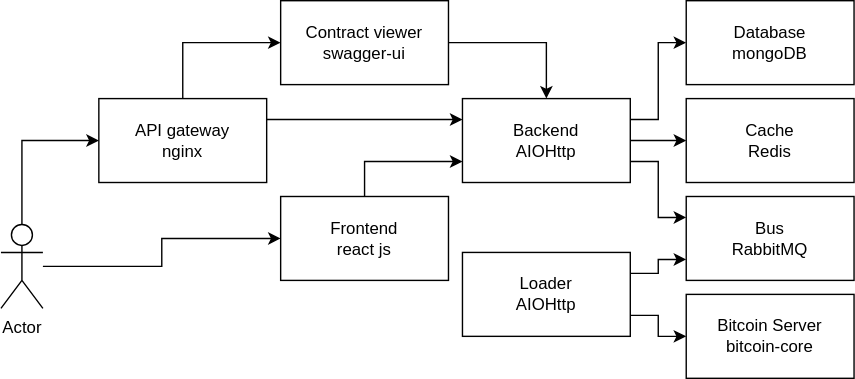
The draw.io diagram architecture.svg in mas-student/softwarearchitect-2019-11-explorer, before a commit. Source tidied: cells renumbered, new cells last; positions are measured from the earlier drawing's top-left corner, leaving out a move shared by most shapes.
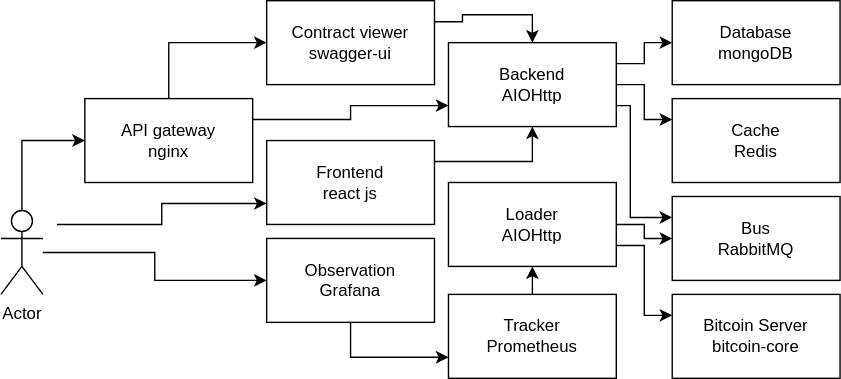
The same diagram one commit later.

Change to the diagram source:
```diff
@@ -5,13 +5,13 @@
     <mxCell id="2" style="edgeStyle=orthogonalEdgeStyle;rounded=0;jettySize=auto;html=1;exitX=0.5;exitY=0;exitDx=0;exitDy=0;entryX=0;entryY=0.5;entryDx=0;entryDy=0;" parent="1" edge="1" source="4" target="6">
       <mxGeometry relative="1" as="geometry" />
     </mxCell>
-    <mxCell id="3" style="edgeStyle=orthogonalEdgeStyle;rounded=0;jettySize=auto;html=1;exitX=1;exitY=0.25;exitDx=0;exitDy=0;entryX=0;entryY=0.25;entryDx=0;entryDy=0;" parent="1" edge="1" source="4" target="10">
+    <mxCell id="3" style="edgeStyle=orthogonalEdgeStyle;rounded=0;jettySize=auto;html=1;exitX=1;exitY=0.25;exitDx=0;exitDy=0;entryX=0;entryY=0.75;entryDx=0;entryDy=0;" parent="1" edge="1" source="4" target="10">
       <mxGeometry relative="1" as="geometry" />
     </mxCell>
     <mxCell id="4" value="&lt;div&gt;API gateway&lt;/div&gt;&lt;div&gt;nginx&lt;br&gt;&lt;/div&gt;" style="rounded=0;whiteSpace=wrap;html=1;" parent="1" vertex="1">
       <mxGeometry x="70" y="70" width="120" height="60" as="geometry" />
     </mxCell>
-    <mxCell id="5" style="edgeStyle=orthogonalEdgeStyle;rounded=0;jettySize=auto;html=1;entryX=0.5;entryY=0;entryDx=0;entryDy=0;exitX=1;exitY=0.5;exitDx=0;exitDy=0;" parent="1" edge="1" source="6" target="10">
+    <mxCell id="5" style="edgeStyle=orthogonalEdgeStyle;rounded=0;jettySize=auto;html=1;entryX=0.5;entryY=0;entryDx=0;entryDy=0;exitX=1;exitY=0.25;exitDx=0;exitDy=0;" parent="1" edge="1" source="6" target="10">
       <mxGeometry relative="1" as="geometry" />
     </mxCell>
     <mxCell id="6" value="&lt;div&gt;Contract viewer&lt;br&gt;&lt;/div&gt;&lt;div&gt;swagger-ui&lt;/div&gt;" style="rounded=0;whiteSpace=wrap;html=1;" parent="1" vertex="1">
@@ -21,22 +21,32 @@
       <mxGeometry relative="1" as="geometry" />
     </mxCell>
     <mxCell id="8" style="edgeStyle=orthogonalEdgeStyle;rounded=0;jettySize=auto;html=1;exitX=1;exitY=0.75;exitDx=0;exitDy=0;entryX=0;entryY=0.25;entryDx=0;entryDy=0;" parent="1" edge="1" source="10" target="15">
-      <mxGeometry relative="1" as="geometry" />
+      <mxGeometry relative="1" as="geometry">
+        <Array as="points">
+          <mxPoint x="460" y="75" />
+          <mxPoint x="460" y="155" />
+        </Array>
+      </mxGeometry>
     </mxCell>
-    <mxCell id="9" style="edgeStyle=orthogonalEdgeStyle;rounded=0;jettySize=auto;html=1;exitX=1;exitY=0.5;exitDx=0;exitDy=0;entryX=0;entryY=0.5;entryDx=0;entryDy=0;" parent="1" edge="1" source="10" target="22">
+    <mxCell id="9" style="edgeStyle=orthogonalEdgeStyle;rounded=0;jettySize=auto;html=1;exitX=1;exitY=0.5;exitDx=0;exitDy=0;entryX=0;entryY=0.25;entryDx=0;entryDy=0;" parent="1" edge="1" source="10" target="22">
       <mxGeometry relative="1" as="geometry" />
     </mxCell>
     <mxCell id="10" value="&lt;div&gt;Backend&lt;/div&gt;&lt;div&gt;AIOHttp&lt;br&gt;&lt;/div&gt;" style="rounded=0;whiteSpace=wrap;html=1;" parent="1" vertex="1">
-      <mxGeometry x="330" y="70" width="120" height="60" as="geometry" />
+      <mxGeometry x="330" y="30" width="120" height="60" as="geometry" />
     </mxCell>
     <mxCell id="11" style="edgeStyle=orthogonalEdgeStyle;rounded=0;jettySize=auto;html=1;exitX=0.5;exitY=0;exitDx=0;exitDy=0;exitPerimeter=0;entryX=0;entryY=0.5;entryDx=0;entryDy=0;" parent="1" edge="1" source="13" target="4">
       <mxGeometry relative="1" as="geometry" />
     </mxCell>
-    <mxCell id="12" style="edgeStyle=orthogonalEdgeStyle;rounded=0;jettySize=auto;html=1;" parent="1" edge="1" source="13" target="21">
-      <mxGeometry relative="1" as="geometry" />
+    <mxCell id="12" style="edgeStyle=orthogonalEdgeStyle;rounded=0;jettySize=auto;html=1;entryX=0;entryY=0.75;entryDx=0;entryDy=0;" parent="1" edge="1" target="21">
+      <mxGeometry relative="1" as="geometry">
+        <mxPoint x="50" y="160" as="sourcePoint" />
+      </mxGeometry>
     </mxCell>
+    <mxCell id="23" style="edgeStyle=orthogonalEdgeStyle;rounded=0;jettySize=auto;html=1;entryX=0;entryY=0.5;entryDx=0;entryDy=0;" parent="1" edge="1" source="13" target="25">
+      <mxGeometry relative="1" as="geometry" />
+    </mxCell>
     <mxCell id="13" value="Actor" style="shape=umlActor;verticalLabelPosition=bottom;labelBackgroundColor=#ffffff;verticalAlign=top;html=1;outlineConnect=0;" parent="1" vertex="1">
-      <mxGeometry y="160" width="30" height="60" as="geometry" />
+      <mxGeometry x="10" y="150" width="30" height="60" as="geometry" />
     </mxCell>
     <mxCell id="14" value="&lt;div&gt;Database&lt;/div&gt;&lt;div&gt;mongoDB&lt;br&gt;&lt;/div&gt;" style="rounded=0;whiteSpace=wrap;html=1;" parent="1" vertex="1">
       <mxGeometry x="490" width="120" height="60" as="geometry" />
@@ -44,26 +54,38 @@
     <mxCell id="15" value="&lt;div&gt;B&lt;span&gt;us&lt;/span&gt;&lt;/div&gt;&lt;div&gt;RabbitMQ&lt;/div&gt;" style="rounded=0;whiteSpace=wrap;html=1;" parent="1" vertex="1">
       <mxGeometry x="490" y="140" width="120" height="60" as="geometry" />
     </mxCell>
-    <mxCell id="16" style="edgeStyle=orthogonalEdgeStyle;rounded=0;jettySize=auto;html=1;exitX=1;exitY=0.25;exitDx=0;exitDy=0;entryX=0;entryY=0.75;entryDx=0;entryDy=0;" parent="1" edge="1" source="18" target="15">
+    <mxCell id="16" style="edgeStyle=orthogonalEdgeStyle;rounded=0;jettySize=auto;html=1;exitX=1;exitY=0.5;exitDx=0;exitDy=0;entryX=0;entryY=0.5;entryDx=0;entryDy=0;" parent="1" edge="1" source="18" target="15">
       <mxGeometry relative="1" as="geometry" />
     </mxCell>
-    <mxCell id="17" style="edgeStyle=orthogonalEdgeStyle;rounded=0;jettySize=auto;html=1;exitX=1;exitY=0.75;exitDx=0;exitDy=0;" parent="1" edge="1" source="18" target="19">
+    <mxCell id="17" style="edgeStyle=orthogonalEdgeStyle;rounded=0;jettySize=auto;html=1;exitX=1;exitY=0.75;exitDx=0;exitDy=0;entryX=0;entryY=0.25;entryDx=0;entryDy=0;" parent="1" edge="1" source="18" target="19">
       <mxGeometry relative="1" as="geometry" />
     </mxCell>
     <mxCell id="18" value="&lt;div&gt;&lt;span&gt;Loader&lt;/span&gt;&lt;/div&gt;&lt;div&gt;AIOHttp&lt;br&gt;&lt;/div&gt;" style="rounded=0;whiteSpace=wrap;html=1;" parent="1" vertex="1">
-      <mxGeometry x="330" y="180" width="120" height="60" as="geometry" />
+      <mxGeometry x="330" y="130" width="120" height="60" as="geometry" />
     </mxCell>
     <mxCell id="19" value="&lt;div&gt;Bitcoin Server&lt;br&gt;&lt;/div&gt;&lt;div&gt;bitcoin-core&lt;/div&gt;" style="rounded=0;whiteSpace=wrap;html=1;" parent="1" vertex="1">
       <mxGeometry x="490" y="210" width="120" height="60" as="geometry" />
     </mxCell>
-    <mxCell id="20" style="edgeStyle=orthogonalEdgeStyle;rounded=0;jettySize=auto;html=1;entryX=0;entryY=0.75;entryDx=0;entryDy=0;exitX=0.5;exitY=0;exitDx=0;exitDy=0;" parent="1" edge="1" source="21" target="10">
+    <mxCell id="20" style="edgeStyle=orthogonalEdgeStyle;rounded=0;jettySize=auto;html=1;exitX=1;exitY=0.25;exitDx=0;exitDy=0;entryX=0.5;entryY=1;entryDx=0;entryDy=0;" parent="1" edge="1" source="21" target="10">
       <mxGeometry relative="1" as="geometry" />
     </mxCell>
     <mxCell id="21" value="&lt;div&gt;Frontend&lt;br&gt;&lt;/div&gt;&lt;div&gt;react js&lt;/div&gt;" style="rounded=0;whiteSpace=wrap;html=1;" parent="1" vertex="1">
-      <mxGeometry x="200" y="140" width="120" height="60" as="geometry" />
+      <mxGeometry x="200" y="100" width="120" height="60" as="geometry" />
     </mxCell>
     <mxCell id="22" value="&lt;div&gt;Cache&lt;/div&gt;&lt;div&gt;Redis&lt;/div&gt;" style="rounded=0;whiteSpace=wrap;html=1;" parent="1" vertex="1">
       <mxGeometry x="490" y="70" width="120" height="60" as="geometry" />
     </mxCell>
+    <mxCell id="24" style="edgeStyle=orthogonalEdgeStyle;rounded=0;jettySize=auto;html=1;exitX=0.5;exitY=1;exitDx=0;exitDy=0;entryX=0;entryY=0.75;entryDx=0;entryDy=0;" parent="1" edge="1" source="25" target="27">
+      <mxGeometry relative="1" as="geometry" />
+    </mxCell>
+    <mxCell id="25" value="&lt;div&gt;Observation&lt;/div&gt;&lt;div&gt;Grafana&lt;/div&gt;" style="rounded=0;whiteSpace=wrap;html=1;" parent="1" vertex="1">
+      <mxGeometry x="200" y="170" width="120" height="60" as="geometry" />
+    </mxCell>
+    <mxCell id="26" style="edgeStyle=orthogonalEdgeStyle;rounded=0;jettySize=auto;html=1;exitX=0.5;exitY=0;exitDx=0;exitDy=0;entryX=0.5;entryY=1;entryDx=0;entryDy=0;" parent="1" edge="1" source="27" target="18">
+      <mxGeometry relative="1" as="geometry" />
+    </mxCell>
+    <mxCell id="27" value="&lt;div&gt;Tracker&lt;/div&gt;&lt;div&gt;Prometheus&lt;/div&gt;" style="rounded=0;whiteSpace=wrap;html=1;" parent="1" vertex="1">
+      <mxGeometry x="330" y="210" width="120" height="60" as="geometry" />
+    </mxCell>
   </root>
 </mxGraphModel>
```
